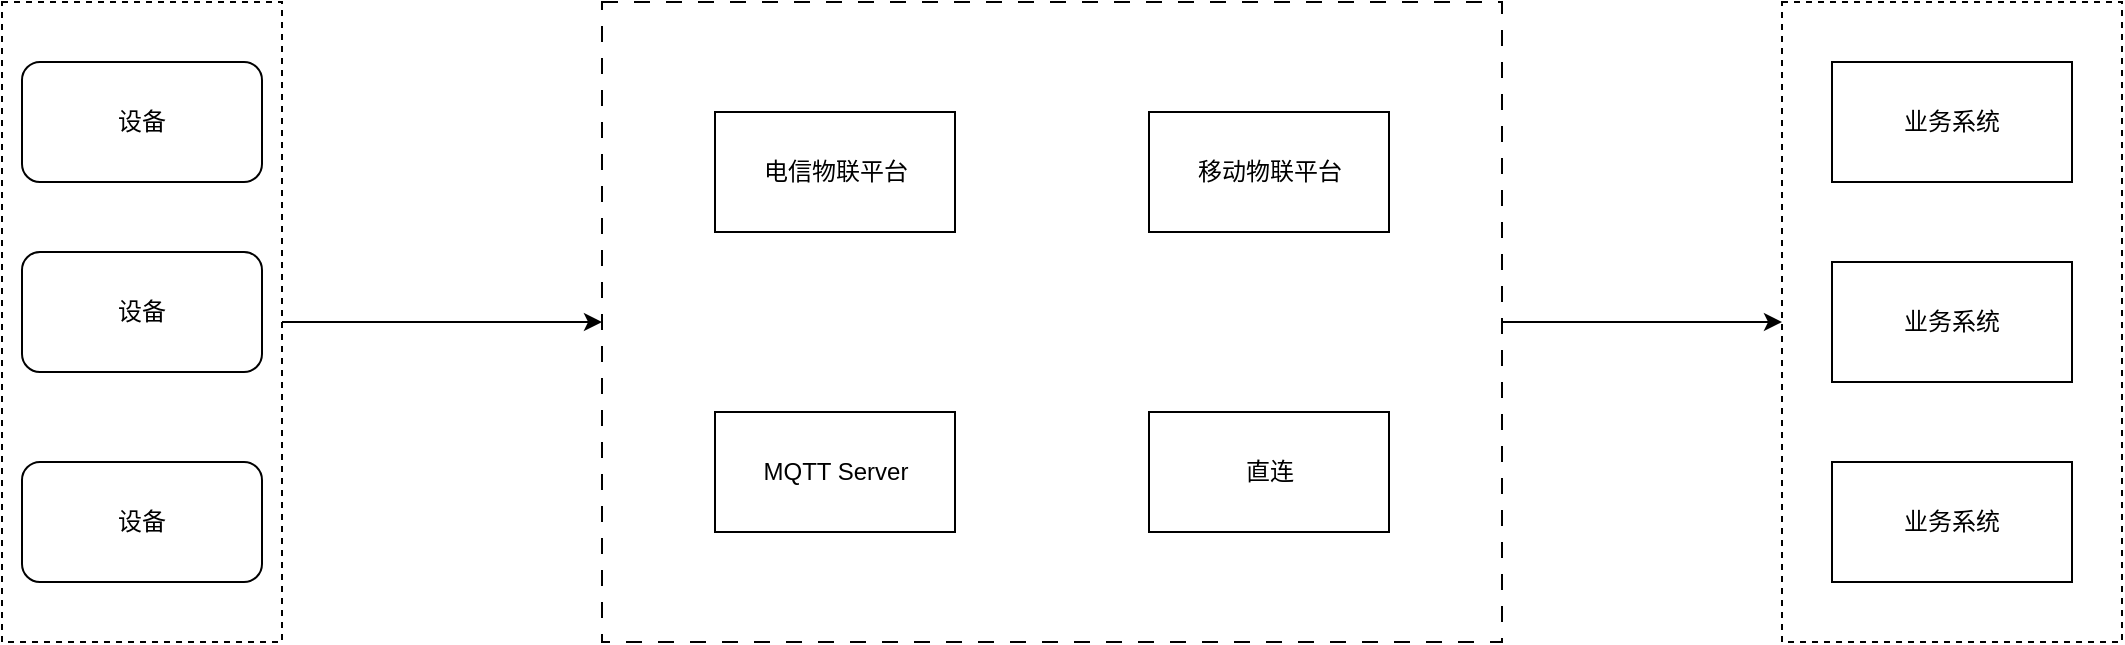
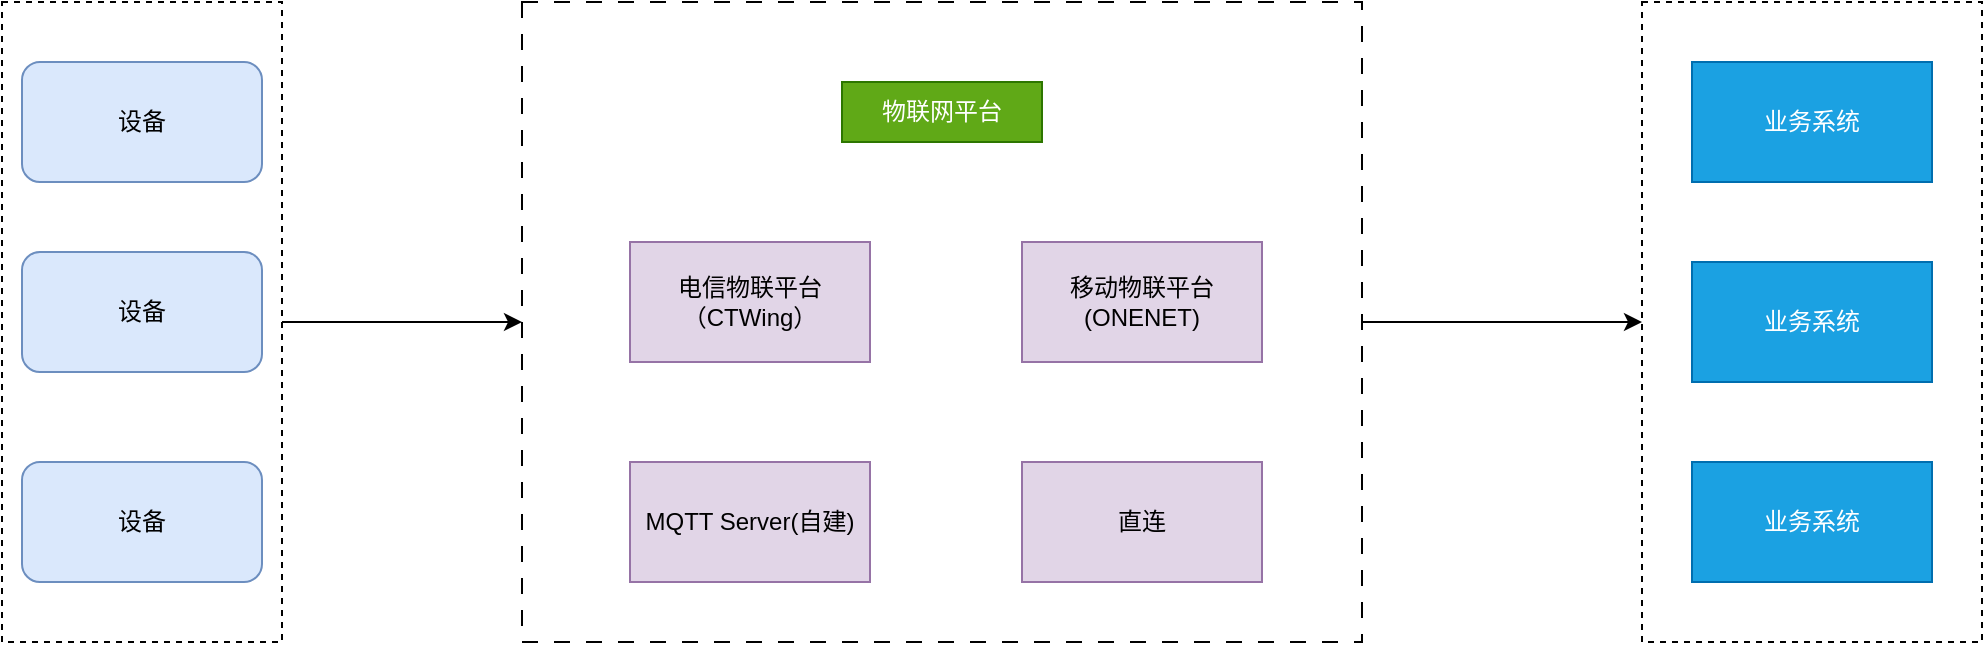
<mxfile host="app.diagrams.net" agent="Mozilla/5.0 (Windows NT 10.0; Win64; x64) AppleWebKit/537.36 (KHTML, like Gecko) Chrome/146.0.0.0 Safari/537.36 Edg/146.0.0.0" version="29.6.0">
  <diagram name="第 1 页" id="v3YUo2CS8SvW5dB6VCmP">
    <mxGraphModel dx="2058" dy="1106" grid="1" gridSize="10" guides="1" tooltips="1" connect="1" arrows="1" fold="1" page="1" pageScale="1" pageWidth="827" pageHeight="1169" math="0" shadow="0">
      <root>
        <mxCell id="0" />
        <mxCell id="1" parent="0" />
        <mxCell id="LlqKXtfbUc08KF6wca09-7" parent="1" style="rounded=0;whiteSpace=wrap;html=1;dashed=1;" value="" vertex="1">
-           <mxGeometry height="320" width="170" x="950" y="200" as="geometry" />
+           <mxGeometry height="320" width="170" x="920" y="200" as="geometry" />
        </mxCell>
        <mxCell id="LlqKXtfbUc08KF6wca09-5" edge="1" parent="1" source="SnEuOwe-7pzeBIlmCbed-8" style="edgeStyle=orthogonalEdgeStyle;rounded=0;orthogonalLoop=1;jettySize=auto;html=1;exitX=1;exitY=0.5;exitDx=0;exitDy=0;entryX=0;entryY=0.5;entryDx=0;entryDy=0;" target="SnEuOwe-7pzeBIlmCbed-1">
          <mxGeometry relative="1" as="geometry" />
        </mxCell>
        <mxCell id="SnEuOwe-7pzeBIlmCbed-8" parent="1" style="rounded=0;whiteSpace=wrap;html=1;dashed=1;" value="" vertex="1">
-           <mxGeometry height="320" width="140" x="60" y="200" as="geometry" />
+           <mxGeometry height="320" width="140" x="100" y="200" as="geometry" />
        </mxCell>
        <mxCell id="LlqKXtfbUc08KF6wca09-8" edge="1" parent="1" source="SnEuOwe-7pzeBIlmCbed-1" style="edgeStyle=orthogonalEdgeStyle;rounded=0;orthogonalLoop=1;jettySize=auto;html=1;exitX=1;exitY=0.5;exitDx=0;exitDy=0;entryX=0;entryY=0.5;entryDx=0;entryDy=0;" target="LlqKXtfbUc08KF6wca09-7">
          <mxGeometry relative="1" as="geometry" />
        </mxCell>
        <mxCell id="SnEuOwe-7pzeBIlmCbed-1" parent="1" style="rounded=0;whiteSpace=wrap;html=1;dashed=1;dashPattern=8 8;" value="" vertex="1">
-           <mxGeometry height="320" width="450" x="360" y="200" as="geometry" />
+           <mxGeometry height="320" width="420" x="360" y="200" as="geometry" />
        </mxCell>
-         <mxCell id="SnEuOwe-7pzeBIlmCbed-2" parent="1" style="rounded=0;whiteSpace=wrap;html=1;" value="业务系统" vertex="1">
-           <mxGeometry height="60" width="120" x="975" y="230" as="geometry" />
+         <mxCell id="SnEuOwe-7pzeBIlmCbed-2" parent="1" style="rounded=0;whiteSpace=wrap;html=1;fillColor=#1ba1e2;fontColor=#ffffff;strokeColor=#006EAF;" value="业务系统" vertex="1">
+           <mxGeometry height="60" width="120" x="945" y="230" as="geometry" />
        </mxCell>
-         <mxCell id="SnEuOwe-7pzeBIlmCbed-3" parent="1" style="rounded=0;whiteSpace=wrap;html=1;" value="业务系统" vertex="1">
-           <mxGeometry height="60" width="120" x="975" y="330" as="geometry" />
+         <mxCell id="SnEuOwe-7pzeBIlmCbed-3" parent="1" style="rounded=0;whiteSpace=wrap;html=1;fillColor=#1ba1e2;fontColor=#ffffff;strokeColor=#006EAF;" value="业务系统" vertex="1">
+           <mxGeometry height="60" width="120" x="945" y="330" as="geometry" />
        </mxCell>
-         <mxCell id="SnEuOwe-7pzeBIlmCbed-4" parent="1" style="rounded=0;whiteSpace=wrap;html=1;" value="业务系统" vertex="1">
-           <mxGeometry height="60" width="120" x="975" y="430" as="geometry" />
+         <mxCell id="SnEuOwe-7pzeBIlmCbed-4" parent="1" style="rounded=0;whiteSpace=wrap;html=1;fillColor=#1ba1e2;fontColor=#ffffff;strokeColor=#006EAF;" value="业务系统" vertex="1">
+           <mxGeometry height="60" width="120" x="945" y="430" as="geometry" />
        </mxCell>
-         <mxCell id="SnEuOwe-7pzeBIlmCbed-5" parent="1" style="rounded=1;whiteSpace=wrap;html=1;" value="设备" vertex="1">
-           <mxGeometry height="60" width="120" x="70" y="230" as="geometry" />
+         <mxCell id="SnEuOwe-7pzeBIlmCbed-5" parent="1" style="rounded=1;whiteSpace=wrap;html=1;fillColor=#dae8fc;strokeColor=#6c8ebf;" value="设备" vertex="1">
+           <mxGeometry height="60" width="120" x="110" y="230" as="geometry" />
        </mxCell>
-         <mxCell id="SnEuOwe-7pzeBIlmCbed-6" parent="1" style="rounded=1;whiteSpace=wrap;html=1;" value="设备" vertex="1">
-           <mxGeometry height="60" width="120" x="70" y="325" as="geometry" />
+         <mxCell id="SnEuOwe-7pzeBIlmCbed-6" parent="1" style="rounded=1;whiteSpace=wrap;html=1;fillColor=#dae8fc;strokeColor=#6c8ebf;" value="设备" vertex="1">
+           <mxGeometry height="60" width="120" x="110" y="325" as="geometry" />
        </mxCell>
-         <mxCell id="SnEuOwe-7pzeBIlmCbed-7" parent="1" style="rounded=1;whiteSpace=wrap;html=1;" value="设备" vertex="1">
-           <mxGeometry height="60" width="120" x="70" y="430" as="geometry" />
+         <mxCell id="SnEuOwe-7pzeBIlmCbed-7" parent="1" style="rounded=1;whiteSpace=wrap;html=1;fillColor=#dae8fc;strokeColor=#6c8ebf;" value="设备" vertex="1">
+           <mxGeometry height="60" width="120" x="110" y="430" as="geometry" />
        </mxCell>
-         <mxCell id="LlqKXtfbUc08KF6wca09-1" parent="1" style="rounded=0;whiteSpace=wrap;html=1;" value="电信物联平台" vertex="1">
-           <mxGeometry height="60" width="120" x="416.5" y="255" as="geometry" />
+         <mxCell id="LlqKXtfbUc08KF6wca09-1" parent="1" style="rounded=0;whiteSpace=wrap;html=1;fillColor=#e1d5e7;strokeColor=#9673a6;" value="电信物联平台（CTWing）" vertex="1">
+           <mxGeometry height="60" width="120" x="414" y="320" as="geometry" />
        </mxCell>
-         <mxCell id="LlqKXtfbUc08KF6wca09-2" parent="1" style="rounded=0;whiteSpace=wrap;html=1;" value="移动物联平台" vertex="1">
-           <mxGeometry height="60" width="120" x="633.5" y="255" as="geometry" />
+         <mxCell id="LlqKXtfbUc08KF6wca09-2" parent="1" style="rounded=0;whiteSpace=wrap;html=1;fillColor=#e1d5e7;strokeColor=#9673a6;" value="移动物联平台(ONENET)" vertex="1">
+           <mxGeometry height="60" width="120" x="610" y="320" as="geometry" />
        </mxCell>
-         <mxCell id="LlqKXtfbUc08KF6wca09-3" parent="1" style="rounded=0;whiteSpace=wrap;html=1;" value="MQTT Server" vertex="1">
-           <mxGeometry height="60" width="120" x="416.5" y="405" as="geometry" />
+         <mxCell id="LlqKXtfbUc08KF6wca09-3" parent="1" style="rounded=0;whiteSpace=wrap;html=1;fillColor=#e1d5e7;strokeColor=#9673a6;" value="MQTT Server(自建)" vertex="1">
+           <mxGeometry height="60" width="120" x="414" y="430" as="geometry" />
        </mxCell>
-         <mxCell id="LlqKXtfbUc08KF6wca09-4" parent="1" style="rounded=0;whiteSpace=wrap;html=1;" value="直连" vertex="1">
-           <mxGeometry height="60" width="120" x="633.5" y="405" as="geometry" />
+         <mxCell id="LlqKXtfbUc08KF6wca09-4" parent="1" style="rounded=0;whiteSpace=wrap;html=1;fillColor=#e1d5e7;strokeColor=#9673a6;" value="直连" vertex="1">
+           <mxGeometry height="60" width="120" x="610" y="430" as="geometry" />
+         </mxCell>
+         <mxCell id="LlqKXtfbUc08KF6wca09-9" parent="1" style="text;html=1;whiteSpace=wrap;strokeColor=#2D7600;fillColor=#60a917;align=center;verticalAlign=middle;rounded=0;fontColor=#ffffff;" value="物联网平台" vertex="1">
+           <mxGeometry height="30" width="100" x="520" y="240" as="geometry" />
        </mxCell>
      </root>
    </mxGraphModel>
  </diagram>
</mxfile>
